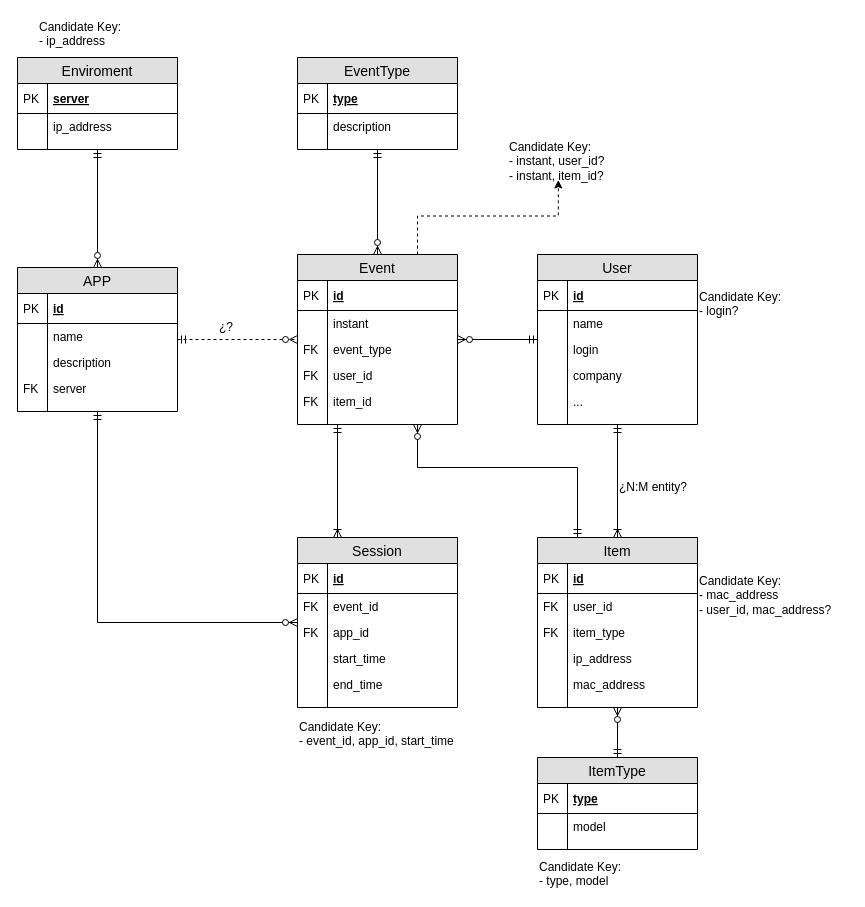
apm1005/TFG keeps this draw.io diagram as page "ER Extended" (2 of 2) of documentation/models/db_model.drawio. Above is the earlier version. Source tidied: cells renumbered, new cells numbered last; positions are measured from the earlier drawing's top-left corner, leaving out a move shared by most shapes. Both pictures are drawn from the tidied source at 100%, with x=0, y=0 at pixel (17, 17).
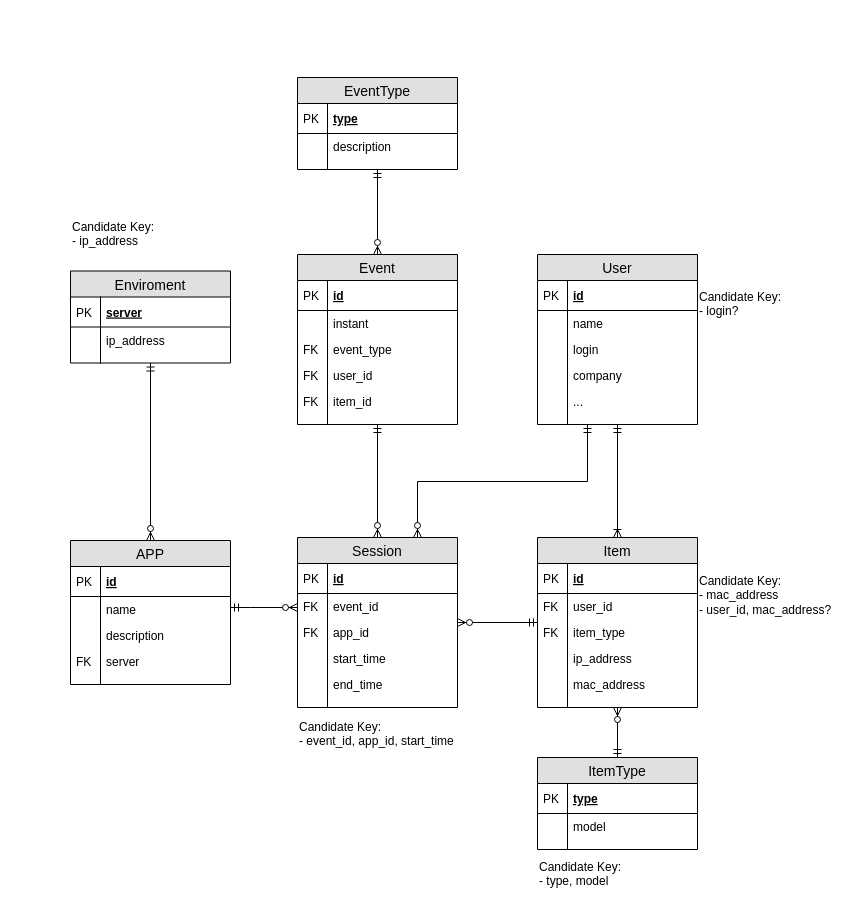
After the change.

Unchanged cells that the change refers to:
```xml
<mxCell id="17" value="Event" style="swimlane;fontStyle=0;horizontal=1;startSize=26;fillColor=#e0e0e0;swimlaneFillColor=#ffffff;align=center;fontSize=14;" parent="1" vertex="1">
  <mxGeometry x="280" y="237" width="160" height="170" as="geometry" />
</mxCell>
<mxCell id="31" value="Session" style="swimlane;fontStyle=0;horizontal=1;startSize=26;fillColor=#e0e0e0;swimlaneFillColor=#ffffff;align=center;fontSize=14;" parent="1" vertex="1">
  <mxGeometry x="280" y="520" width="160" height="170" as="geometry" />
</mxCell>
<mxCell id="53" value="User" style="swimlane;fontStyle=0;horizontal=1;startSize=26;fillColor=#e0e0e0;swimlaneFillColor=#ffffff;align=center;fontSize=14;" parent="1" vertex="1">
  <mxGeometry x="520" y="237" width="160" height="170" as="geometry" />
</mxCell>
<mxCell id="68" value="Item" style="swimlane;fontStyle=0;horizontal=1;startSize=26;fillColor=#e0e0e0;swimlaneFillColor=#ffffff;align=center;fontSize=14;" parent="1" vertex="1">
  <mxGeometry x="520" y="520" width="160" height="170" as="geometry" />
</mxCell>
```

What changed in the source:
```diff
@@
     <mxCell id="2" style="edgeStyle=orthogonalEdgeStyle;rounded=0;jettySize=auto;html=1;startArrow=ERmandOne;startFill=0;endArrow=ERzeroToMany;endFill=1;" parent="1" edge="1" source="5" target="31">
       <mxGeometry relative="1" as="geometry">
         <Array as="points">
-          <mxPoint x="80" y="605" />
+          <mxPoint x="233" y="590" />
+          <mxPoint x="233" y="590" />
         </Array>
       </mxGeometry>
     </mxCell>
-    <mxCell id="3" style="edgeStyle=orthogonalEdgeStyle;rounded=0;jettySize=auto;html=1;startArrow=ERmandOne;startFill=0;endArrow=ERzeroToMany;endFill=1;dashed=1;" parent="1" edge="1" source="5" target="17">
-      <mxGeometry relative="1" as="geometry" />
-    </mxCell>
@@
     <mxCell id="5" value="APP" style="swimlane;fontStyle=0;horizontal=1;startSize=26;fillColor=#e0e0e0;swimlaneFillColor=#ffffff;align=center;fontSize=14;" parent="1" vertex="1">
-      <mxGeometry y="250" width="160" height="144" as="geometry" />
+      <mxGeometry x="53" y="523" width="160" height="144" as="geometry" />
     </mxCell>
@@
-    <mxCell id="16" style="edgeStyle=orthogonalEdgeStyle;rounded=0;jettySize=auto;html=1;exitX=0.75;exitY=0;exitDx=0;exitDy=0;entryX=0.462;entryY=1.063;entryDx=0;entryDy=0;entryPerimeter=0;startArrow=none;startFill=0;endArrow=classic;endFill=1;dashed=1;" parent="1" edge="1" source="17" target="103">
-      <mxGeometry relative="1" as="geometry" />
-    </mxCell>
@@
-    <mxCell id="30" style="edgeStyle=orthogonalEdgeStyle;rounded=0;jettySize=auto;html=1;exitX=0.25;exitY=0;exitDx=0;exitDy=0;startArrow=ERoneToMany;startFill=0;endArrow=ERmandOne;endFill=0;" parent="1" edge="1" source="31" target="17">
-      <mxGeometry relative="1" as="geometry">
-        <Array as="points">
-          <mxPoint x="320" y="410" />
-          <mxPoint x="320" y="410" />
-        </Array>
-      </mxGeometry>
+    <mxCell id="30" style="edgeStyle=orthogonalEdgeStyle;rounded=0;jettySize=auto;html=1;startArrow=ERzeroToMany;startFill=1;endArrow=ERmandOne;endFill=0;" parent="1" edge="1" source="31" target="17">
+      <mxGeometry relative="1" as="geometry" />
     </mxCell>
+    <mxCell id="104" style="edgeStyle=orthogonalEdgeStyle;rounded=0;jettySize=auto;html=1;exitX=0.75;exitY=0;exitDx=0;exitDy=0;startArrow=ERzeroToMany;startFill=1;endArrow=ERmandOne;endFill=0;" parent="1" edge="1" source="31" target="53">
+      <mxGeometry relative="1" as="geometry">
+        <Array as="points">
+          <mxPoint x="400" y="464" />
+          <mxPoint x="570" y="464" />
+        </Array>
+      </mxGeometry>
+    </mxCell>
@@
     <mxCell id="45" value="EventType" style="swimlane;fontStyle=0;horizontal=1;startSize=26;fillColor=#e0e0e0;swimlaneFillColor=#ffffff;align=center;fontSize=14;" parent="1" vertex="1">
-      <mxGeometry x="280" y="40" width="160" height="92" as="geometry" />
+      <mxGeometry x="280" y="60" width="160" height="92" as="geometry" />
     </mxCell>
@@
-    <mxCell id="52" style="edgeStyle=orthogonalEdgeStyle;rounded=0;jettySize=auto;html=1;startArrow=ERmandOne;startFill=0;endArrow=ERzeroToMany;endFill=1;" parent="1" edge="1" source="53" target="17">
-      <mxGeometry relative="1" as="geometry" />
-    </mxCell>
@@
-    <mxCell id="66" style="edgeStyle=orthogonalEdgeStyle;rounded=0;jettySize=auto;html=1;exitX=0.25;exitY=0;exitDx=0;exitDy=0;startArrow=ERmandOne;startFill=0;endArrow=ERzeroToMany;endFill=1;" parent="1" edge="1" source="68" target="17">
-      <mxGeometry relative="1" as="geometry">
-        <Array as="points">
-          <mxPoint x="560" y="450" />
-          <mxPoint x="400" y="450" />
-        </Array>
-      </mxGeometry>
-    </mxCell>
@@
+    <mxCell id="105" style="edgeStyle=orthogonalEdgeStyle;rounded=0;jettySize=auto;html=1;startArrow=ERmandOne;startFill=0;endArrow=ERzeroToMany;endFill=1;" parent="1" edge="1" source="68" target="31">
+      <mxGeometry relative="1" as="geometry" />
+    </mxCell>
@@
-    <mxCell id="81" value="¿?" style="text;html=1;align=left;verticalAlign=top;spacingTop=-4;" parent="1" vertex="1">
-      <mxGeometry x="200" y="300" width="30" height="20" as="geometry" />
-    </mxCell>
-    <mxCell id="82" value="¿N:M entity?" style="text;html=1;align=left;verticalAlign=top;spacingTop=-4;" parent="1" vertex="1">
-      <mxGeometry x="600" y="460" width="80" height="20" as="geometry" />
-    </mxCell>
@@
     <mxCell id="92" value="Enviroment" style="swimlane;fontStyle=0;horizontal=1;startSize=26;fillColor=#e0e0e0;swimlaneFillColor=#ffffff;align=center;fontSize=14;" parent="1" vertex="1">
-      <mxGeometry y="40" width="160" height="92" as="geometry" />
+      <mxGeometry x="53" y="253.5" width="160" height="92" as="geometry" />
     </mxCell>
@@
     <mxCell id="102" value="Candidate Key:&lt;br&gt;- ip_address" style="text;html=1;align=left;verticalAlign=top;spacingTop=-4;" parent="1" vertex="1">
-      <mxGeometry x="20" width="100" height="30" as="geometry" />
+      <mxGeometry x="53" y="200" width="100" height="30" as="geometry" />
     </mxCell>
-    <mxCell id="103" value="Candidate Key:&lt;br&gt;- instant, user_id?&lt;br&gt;- instant, item_id?" style="text;html=1;points=[];align=left;verticalAlign=top;spacingTop=-4;" parent="1" vertex="1">
-      <mxGeometry x="490" y="120" width="110" height="40" as="geometry" />
-    </mxCell>
```
